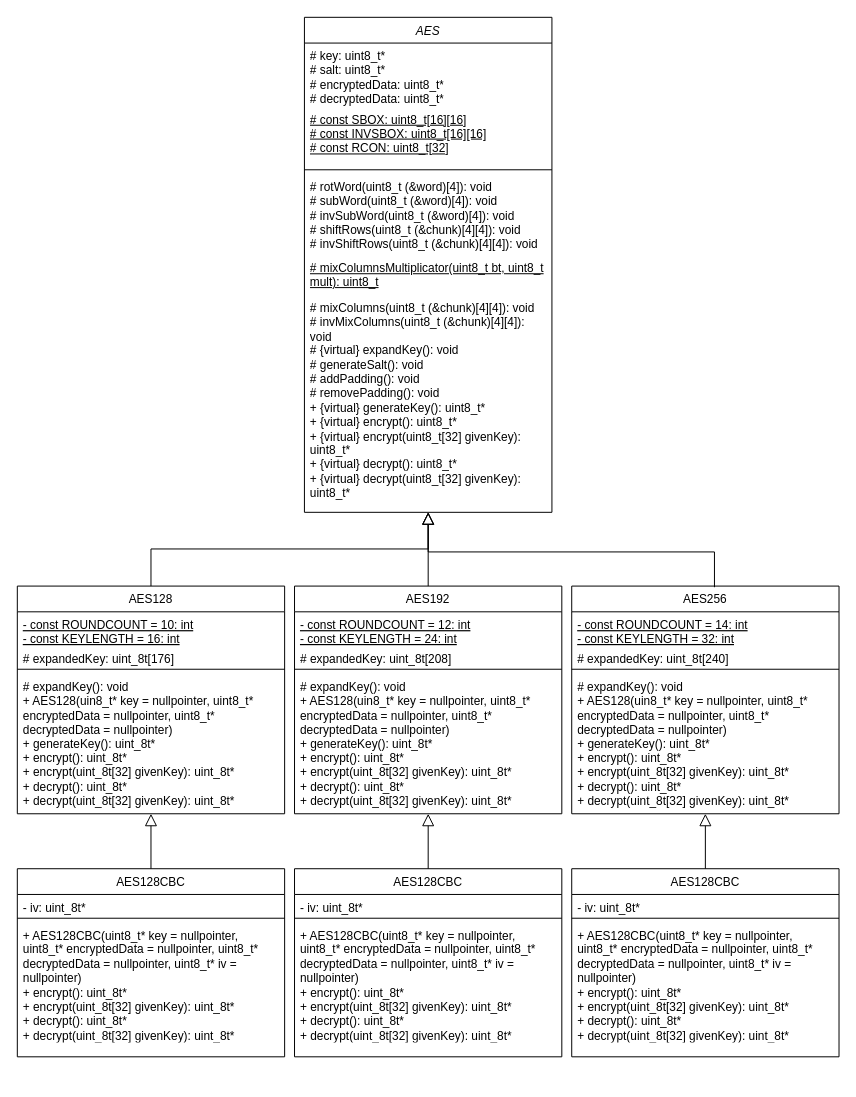
The draw.io diagram UML/aes_classes.drawio in sushio4/password-manager, before the edit. Source tidied: cells renumbered, new cells numbered last; positions are measured from the earlier drawing's top-left corner, leaving out a move shared by most shapes. Both pictures are drawn from the tidied source at 99%, with x=0, y=0 at pixel (17, 17).
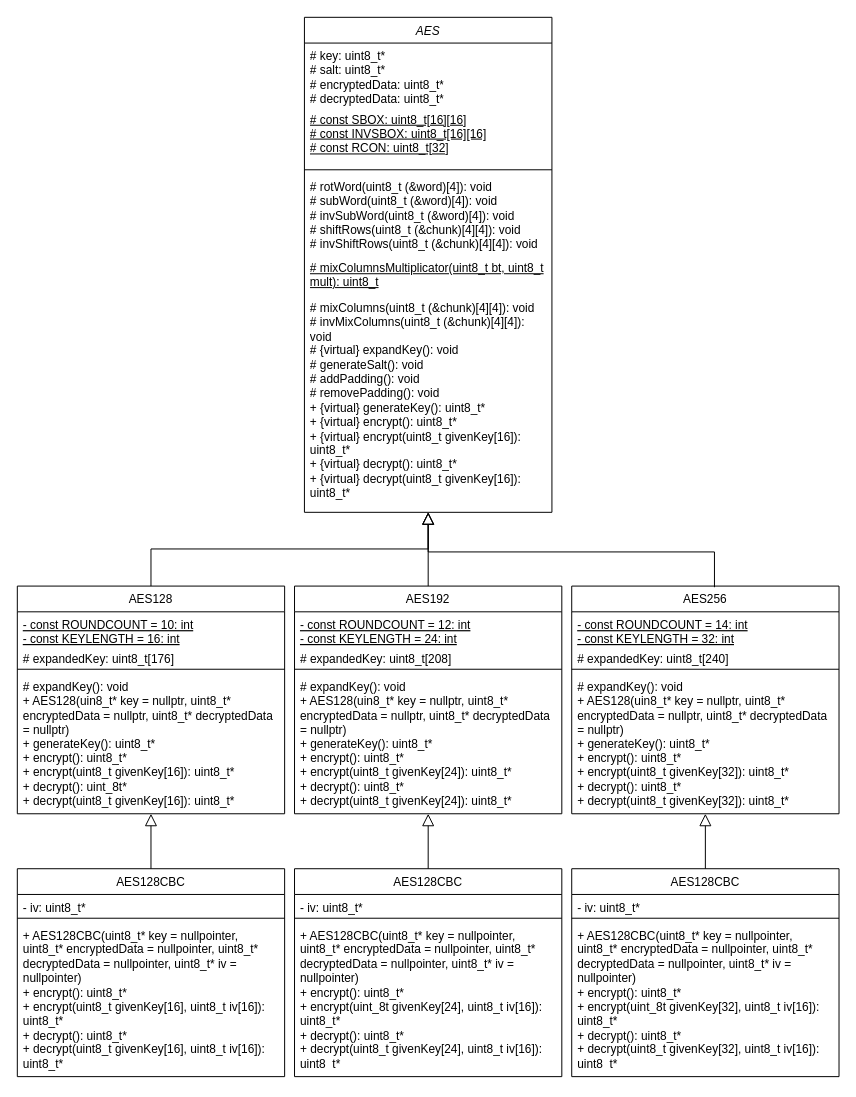
The same page after the edit.

Commit message:
Little bit more ok version

The change refers to these unchanged cells:
```xml
<mxCell id="2" value="AES" style="swimlane;fontStyle=2;align=center;verticalAlign=top;horizontal=1;startSize=26;rounded=0;shadow=0;strokeWidth=1;whiteSpace=wrap;" parent="1" vertex="1">
  <mxGeometry x="290" width="250" height="500" as="geometry" />
</mxCell>
<mxCell id="9" value="AES128" style="swimlane;fontStyle=0;align=center;verticalAlign=top;horizontal=1;startSize=26;rounded=0;shadow=0;strokeWidth=1;" parent="1" vertex="1">
  <mxGeometry y="574.5" width="270" height="230" as="geometry" />
</mxCell>
<mxCell id="15" value="AES192" style="swimlane;fontStyle=0;align=center;verticalAlign=top;horizontal=1;startSize=26;rounded=0;shadow=0;strokeWidth=1;" parent="1" vertex="1">
  <mxGeometry x="280" y="574.5" width="270" height="230" as="geometry" />
</mxCell>
<mxCell id="20" value="AES256" style="swimlane;fontStyle=0;align=center;verticalAlign=top;horizontal=1;startSize=26;rounded=0;shadow=0;strokeWidth=1;" parent="1" vertex="1">
  <mxGeometry x="560" y="574.5" width="270" height="230" as="geometry" />
</mxCell>
```

Change to the diagram source:
```diff
@@
-    <mxCell id="8" value="# mixColumns(uint8_t (&amp;chunk)[4][4]): void&#10;# invMixColumns(uint8_t (&amp;chunk)[4][4]): void&#10;# {virtual} expandKey(): void&#10;# generateSalt(): void&#10;# addPadding(): void&#10;# removePadding(): void&#10;+ {virtual} generateKey(): uint8_t*&#10;+ {virtual} encrypt(): uint8_t* &#10;+ {virtual} encrypt(uint8_t[32] givenKey): uint8_t* &#10;+ {virtual} decrypt(): uint8_t* &#10;+ {virtual} decrypt(uint8_t[32] givenKey): uint8_t* " style="text;align=left;verticalAlign=top;spacingLeft=4;spacingRight=4;overflow=hidden;whiteSpace=wrap;" parent="2" vertex="1">
+    <mxCell id="8" value="# mixColumns(uint8_t (&amp;chunk)[4][4]): void&#10;# invMixColumns(uint8_t (&amp;chunk)[4][4]): void&#10;# {virtual} expandKey(): void&#10;# generateSalt(): void&#10;# addPadding(): void&#10;# removePadding(): void&#10;+ {virtual} generateKey(): uint8_t*&#10;+ {virtual} encrypt(): uint8_t* &#10;+ {virtual} encrypt(uint8_t givenKey[16]): uint8_t* &#10;+ {virtual} decrypt(): uint8_t* &#10;+ {virtual} decrypt(uint8_t givenKey[16]): uint8_t* " style="text;align=left;verticalAlign=top;spacingLeft=4;spacingRight=4;overflow=hidden;whiteSpace=wrap;" parent="2" vertex="1">
       <mxGeometry y="280" width="250" height="210" as="geometry" />
     </mxCell>
@@
-    <mxCell id="11" value="# expandedKey: uint_8t[176]" style="text;align=left;verticalAlign=top;spacingLeft=4;spacingRight=4;overflow=hidden;" parent="9" vertex="1">
+    <mxCell id="11" value="# expandedKey: uint8_t[176]" style="text;align=left;verticalAlign=top;spacingLeft=4;spacingRight=4;overflow=hidden;" parent="9" vertex="1">
       <mxGeometry y="60" width="270" height="20" as="geometry" />
     </mxCell>
@@
-    <mxCell id="13" value="# expandKey(): void&#10;+ AES128(uin8_t* key = nullpointer, uint8_t* encryptedData = nullpointer, uint8_t* decryptedData = nullpointer)&#10;+ generateKey(): uint_8t*&#10;+ encrypt(): uint_8t* &#10;+ encrypt(uint_8t[32] givenKey): uint_8t* &#10;+ decrypt(): uint_8t* &#10;+ decrypt(uint_8t[32] givenKey): uint_8t* " style="text;align=left;verticalAlign=top;spacingLeft=4;spacingRight=4;overflow=hidden;whiteSpace=wrap;" parent="9" vertex="1">
+    <mxCell id="13" value="# expandKey(): void&#10;+ AES128(uin8_t* key = nullptr, uint8_t* encryptedData = nullptr, uint8_t* decryptedData = nullptr)&#10;+ generateKey(): uint8_t*&#10;+ encrypt(): uint8_t* &#10;+ encrypt(uint8_t givenKey[16]): uint8_t* &#10;+ decrypt(): uint_8t* &#10;+ decrypt(uint8_t givenKey[16]): uint8_t* " style="text;align=left;verticalAlign=top;spacingLeft=4;spacingRight=4;overflow=hidden;whiteSpace=wrap;" parent="9" vertex="1">
       <mxGeometry y="88" width="270" height="136" as="geometry" />
     </mxCell>
@@
-    <mxCell id="17" value="# expandedKey: uint_8t[208]" style="text;align=left;verticalAlign=top;spacingLeft=4;spacingRight=4;overflow=hidden;" parent="15" vertex="1">
+    <mxCell id="17" value="# expandedKey: uint8_t[208]" style="text;align=left;verticalAlign=top;spacingLeft=4;spacingRight=4;overflow=hidden;" parent="15" vertex="1">
       <mxGeometry y="60" width="270" height="20" as="geometry" />
     </mxCell>
@@
-    <mxCell id="19" value="# expandKey(): void&#10;+ AES128(uin8_t* key = nullpointer, uint8_t* encryptedData = nullpointer, uint8_t* decryptedData = nullpointer)&#10;+ generateKey(): uint_8t*&#10;+ encrypt(): uint_8t* &#10;+ encrypt(uint_8t[32] givenKey): uint_8t* &#10;+ decrypt(): uint_8t* &#10;+ decrypt(uint_8t[32] givenKey): uint_8t* " style="text;align=left;verticalAlign=top;spacingLeft=4;spacingRight=4;overflow=hidden;whiteSpace=wrap;" parent="15" vertex="1">
+    <mxCell id="19" value="# expandKey(): void&#10;+ AES128(uin8_t* key = nullptr, uint8_t* encryptedData = nullptr, uint8_t* decryptedData = nullptr)&#10;+ generateKey(): uint8_t*&#10;+ encrypt(): uint8_t* &#10;+ encrypt(uint8_t givenKey[24]): uint8_t* &#10;+ decrypt(): uint8_t* &#10;+ decrypt(uint8_t givenKey[24]): uint8_t* " style="text;align=left;verticalAlign=top;spacingLeft=4;spacingRight=4;overflow=hidden;whiteSpace=wrap;" parent="15" vertex="1">
       <mxGeometry y="88" width="270" height="136" as="geometry" />
     </mxCell>
@@
-    <mxCell id="22" value="# expandedKey: uint_8t[240]" style="text;align=left;verticalAlign=top;spacingLeft=4;spacingRight=4;overflow=hidden;" parent="20" vertex="1">
+    <mxCell id="22" value="# expandedKey: uint8_t[240]" style="text;align=left;verticalAlign=top;spacingLeft=4;spacingRight=4;overflow=hidden;" parent="20" vertex="1">
       <mxGeometry y="60" width="270" height="20" as="geometry" />
     </mxCell>
@@
-    <mxCell id="24" value="# expandKey(): void&#10;+ AES128(uin8_t* key = nullpointer, uint8_t* encryptedData = nullpointer, uint8_t* decryptedData = nullpointer)&#10;+ generateKey(): uint_8t*&#10;+ encrypt(): uint_8t* &#10;+ encrypt(uint_8t[32] givenKey): uint_8t* &#10;+ decrypt(): uint_8t* &#10;+ decrypt(uint_8t[32] givenKey): uint_8t* " style="text;align=left;verticalAlign=top;spacingLeft=4;spacingRight=4;overflow=hidden;whiteSpace=wrap;" parent="20" vertex="1">
+    <mxCell id="24" value="# expandKey(): void&#10;+ AES128(uin8_t* key = nullptr, uint8_t* encryptedData = nullptr, uint8_t* decryptedData = nullptr)&#10;+ generateKey(): uint8_t*&#10;+ encrypt(): uint8_t* &#10;+ encrypt(uint8_t givenKey[32]): uint8_t* &#10;+ decrypt(): uint8_t* &#10;+ decrypt(uint8_t givenKey[32]): uint8_t* " style="text;align=left;verticalAlign=top;spacingLeft=4;spacingRight=4;overflow=hidden;whiteSpace=wrap;" parent="20" vertex="1">
       <mxGeometry y="88" width="270" height="136" as="geometry" />
     </mxCell>
     <mxCell id="25" value="AES128CBC" style="swimlane;fontStyle=0;align=center;verticalAlign=top;horizontal=1;startSize=26;rounded=0;shadow=0;strokeWidth=1;" parent="1" vertex="1">
-      <mxGeometry y="860" width="270" height="190" as="geometry" />
+      <mxGeometry y="860" width="270" height="210" as="geometry" />
     </mxCell>
-    <mxCell id="26" value="- iv: uint_8t*" style="text;align=left;verticalAlign=top;spacingLeft=4;spacingRight=4;overflow=hidden;" parent="25" vertex="1">
+    <mxCell id="26" value="- iv: uint8_t*" style="text;align=left;verticalAlign=top;spacingLeft=4;spacingRight=4;overflow=hidden;" parent="25" vertex="1">
       <mxGeometry y="26" width="270" height="20" as="geometry" />
     </mxCell>
@@
-    <mxCell id="28" value="+ AES128CBC(uint8_t* key = nullpointer, uint8_t* encryptedData = nullpointer, uint8_t* decryptedData = nullpointer, uint8_t* iv = nullpointer)&#10;+ encrypt(): uint_8t* &#10;+ encrypt(uint_8t[32] givenKey): uint_8t* &#10;+ decrypt(): uint_8t* &#10;+ decrypt(uint_8t[32] givenKey): uint_8t* " style="text;align=left;verticalAlign=top;spacingLeft=4;spacingRight=4;overflow=hidden;whiteSpace=wrap;" parent="25" vertex="1">
-      <mxGeometry y="54" width="270" height="126" as="geometry" />
+    <mxCell id="28" value="+ AES128CBC(uint8_t* key = nullpointer, uint8_t* encryptedData = nullpointer, uint8_t* decryptedData = nullpointer, uint8_t* iv = nullpointer)&#10;+ encrypt(): uint8_t* &#10;+ encrypt(uint8_t givenKey[16], uint8_t iv[16]): uint8_t* &#10;+ decrypt(): uint8_t* &#10;+ decrypt(uint8_t givenKey[16], uint8_t iv[16]): uint8_t* " style="text;align=left;verticalAlign=top;spacingLeft=4;spacingRight=4;overflow=hidden;whiteSpace=wrap;" parent="25" vertex="1">
+      <mxGeometry y="54" width="270" height="156" as="geometry" />
     </mxCell>
     <mxCell id="29" value="AES128CBC" style="swimlane;fontStyle=0;align=center;verticalAlign=top;horizontal=1;startSize=26;rounded=0;shadow=0;strokeWidth=1;" parent="1" vertex="1">
-      <mxGeometry x="280" y="860" width="270" height="190" as="geometry" />
+      <mxGeometry x="280" y="860" width="270" height="210" as="geometry" />
     </mxCell>
-    <mxCell id="30" value="- iv: uint_8t*" style="text;align=left;verticalAlign=top;spacingLeft=4;spacingRight=4;overflow=hidden;" parent="29" vertex="1">
+    <mxCell id="30" value="- iv: uint8_t*" style="text;align=left;verticalAlign=top;spacingLeft=4;spacingRight=4;overflow=hidden;" parent="29" vertex="1">
       <mxGeometry y="26" width="270" height="20" as="geometry" />
     </mxCell>
@@
-    <mxCell id="32" value="+ AES128CBC(uint8_t* key = nullpointer, uint8_t* encryptedData = nullpointer, uint8_t* decryptedData = nullpointer, uint8_t* iv = nullpointer)&#10;+ encrypt(): uint_8t* &#10;+ encrypt(uint_8t[32] givenKey): uint_8t* &#10;+ decrypt(): uint_8t* &#10;+ decrypt(uint_8t[32] givenKey): uint_8t* " style="text;align=left;verticalAlign=top;spacingLeft=4;spacingRight=4;overflow=hidden;whiteSpace=wrap;" parent="29" vertex="1">
-      <mxGeometry y="54" width="270" height="126" as="geometry" />
+    <mxCell id="32" value="+ AES128CBC(uint8_t* key = nullpointer, uint8_t* encryptedData = nullpointer, uint8_t* decryptedData = nullpointer, uint8_t* iv = nullpointer)&#10;+ encrypt(): uint8_t* &#10;+ encrypt(uint_8t givenKey[24], uint8_t iv[16]): uint8_t* &#10;+ decrypt(): uint8_t* &#10;+ decrypt(uint8_t givenKey[24], uint8_t iv[16]): uint8_t* " style="text;align=left;verticalAlign=top;spacingLeft=4;spacingRight=4;overflow=hidden;whiteSpace=wrap;" parent="29" vertex="1">
+      <mxGeometry y="54" width="270" height="146" as="geometry" />
     </mxCell>
     <mxCell id="33" value="AES128CBC" style="swimlane;fontStyle=0;align=center;verticalAlign=top;horizontal=1;startSize=26;rounded=0;shadow=0;strokeWidth=1;" parent="1" vertex="1">
-      <mxGeometry x="560" y="860" width="270" height="190" as="geometry" />
+      <mxGeometry x="560" y="860" width="270" height="210" as="geometry" />
     </mxCell>
-    <mxCell id="34" value="- iv: uint_8t*" style="text;align=left;verticalAlign=top;spacingLeft=4;spacingRight=4;overflow=hidden;" parent="33" vertex="1">
+    <mxCell id="34" value="- iv: uint8_t*" style="text;align=left;verticalAlign=top;spacingLeft=4;spacingRight=4;overflow=hidden;" parent="33" vertex="1">
       <mxGeometry y="26" width="270" height="20" as="geometry" />
     </mxCell>
@@
-    <mxCell id="36" value="+ AES128CBC(uint8_t* key = nullpointer, uint8_t* encryptedData = nullpointer, uint8_t* decryptedData = nullpointer, uint8_t* iv = nullpointer)&#10;+ encrypt(): uint_8t* &#10;+ encrypt(uint_8t[32] givenKey): uint_8t* &#10;+ decrypt(): uint_8t* &#10;+ decrypt(uint_8t[32] givenKey): uint_8t* " style="text;align=left;verticalAlign=top;spacingLeft=4;spacingRight=4;overflow=hidden;whiteSpace=wrap;" parent="33" vertex="1">
-      <mxGeometry y="54" width="270" height="126" as="geometry" />
+    <mxCell id="36" value="+ AES128CBC(uint8_t* key = nullpointer, uint8_t* encryptedData = nullpointer, uint8_t* decryptedData = nullpointer, uint8_t* iv = nullpointer)&#10;+ encrypt(): uint8_t* &#10;+ encrypt(uint_8t givenKey[32], uint8_t iv[16]): uint8_t* &#10;+ decrypt(): uint8_t* &#10;+ decrypt(uint8_t givenKey[32], uint8_t iv[16]): uint8_t* " style="text;align=left;verticalAlign=top;spacingLeft=4;spacingRight=4;overflow=hidden;whiteSpace=wrap;" parent="33" vertex="1">
+      <mxGeometry y="54" width="270" height="146" as="geometry" />
     </mxCell>
```
